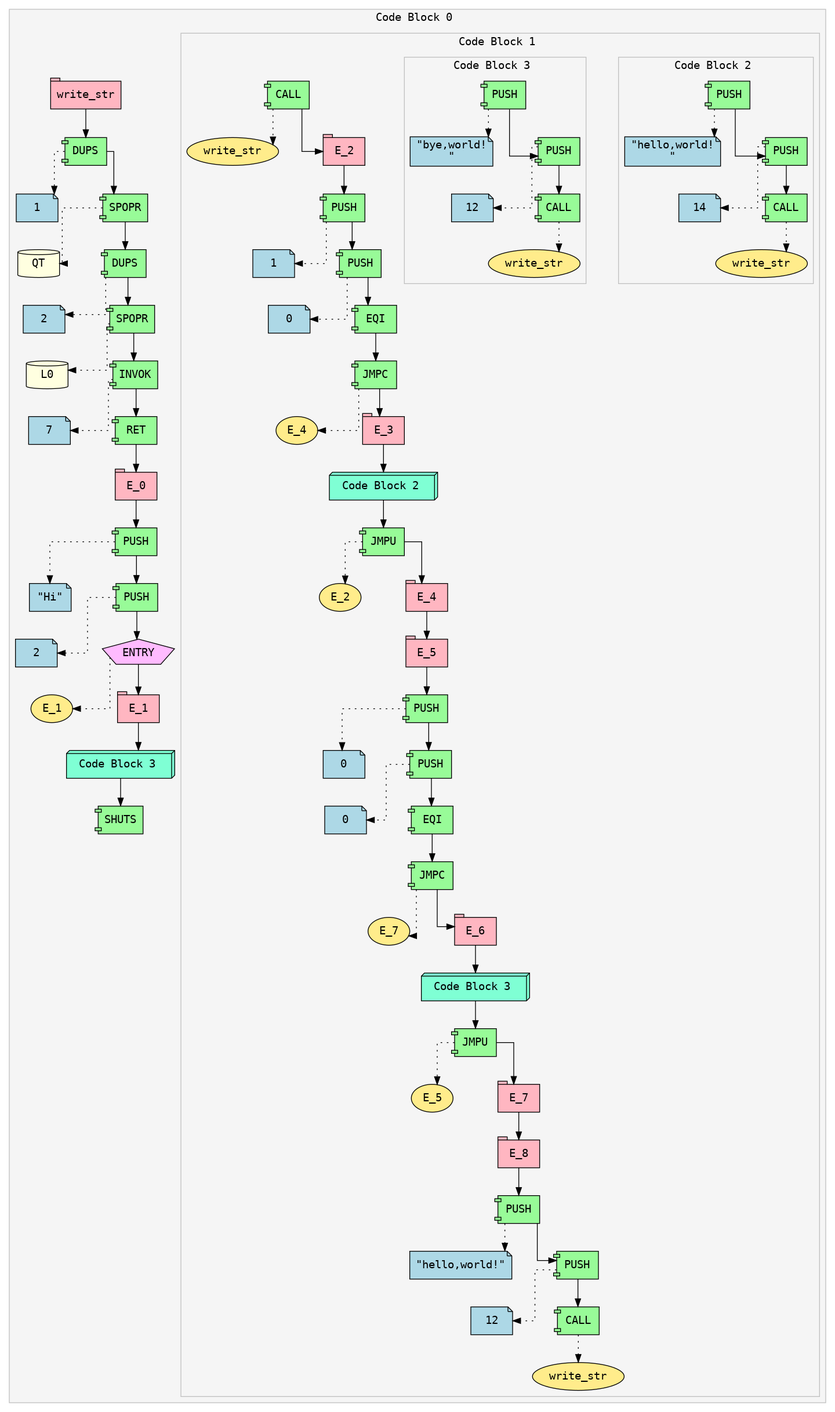
Above: ir.png in Soham-Metha/IICT_Segfault_2025 (Graphviz), before the change. Its source is kept beside it as ir.dot. The source it was exported from:
```dot
digraph ir {
splines=ortho;
nodesep=0.8;
ranksep=0.5;
subgraph cluster_0 {
label="Code Block 0 ";
style=filled;
color=gray;
fillcolor=whitesmoke;
fontname="Courier";
Expr_1 [shape=tab style=filled fillcolor=lightpink fontname="Courier" label="write_str"]
Expr_2 [shape=component style=filled fillcolor=palegreen fontname="Courier" label="DUPS"]
Expr_3 [shape=note style=filled fillcolor=lightblue fontname="Courier" label="1"]
Expr_2 -> Expr_3 [style=dotted]
Expr_1 -> Expr_2;
Expr_4 [shape=component style=filled fillcolor=palegreen fontname="Courier" label="SPOPR"]
Expr_5 [shape=cylinder style=filled fillcolor=lightyellow fontname="Courier" label="QT"]
Expr_4 -> Expr_5 [style=dotted]
Expr_2 -> Expr_4;
Expr_6 [shape=component style=filled fillcolor=palegreen fontname="Courier" label="DUPS"]
Expr_7 [shape=note style=filled fillcolor=lightblue fontname="Courier" label="2"]
Expr_6 -> Expr_7 [style=dotted]
Expr_4 -> Expr_6;
Expr_8 [shape=component style=filled fillcolor=palegreen fontname="Courier" label="SPOPR"]
Expr_9 [shape=cylinder style=filled fillcolor=lightyellow fontname="Courier" label="L0"]
Expr_8 -> Expr_9 [style=dotted]
Expr_6 -> Expr_8;
Expr_10 [shape=component style=filled fillcolor=palegreen fontname="Courier" label="INVOK"]
Expr_11 [shape=note style=filled fillcolor=lightblue fontname="Courier" label="7"]
Expr_10 -> Expr_11 [style=dotted]
Expr_8 -> Expr_10;
Expr_12 [shape=component style=filled fillcolor=palegreen fontname="Courier" label="RET"]
Expr_10 -> Expr_12;
Expr_13 [shape=tab style=filled fillcolor=lightpink fontname="Courier" label="E_0"]
Expr_12 -> Expr_13;
Expr_14 [shape=component style=filled fillcolor=palegreen fontname="Courier" label="PUSH"]
Expr_15 [shape=note style=filled fillcolor=lightblue fontname="Courier" label="\"Hi\""]
Expr_14 -> Expr_15 [style=dotted]
Expr_13 -> Expr_14;
Expr_16 [shape=component style=filled fillcolor=palegreen fontname="Courier" label="PUSH"]
Expr_17 [shape=note style=filled fillcolor=lightblue fontname="Courier" label="2"]
Expr_16 -> Expr_17 [style=dotted]
Expr_14 -> Expr_16;
Expr_18 [shape=pentagon style=filled fillcolor=plum1 fontname="Courier" label="ENTRY"]
Expr_19 [shape=ellipse style=filled fillcolor=lightgoldenrod1 fontname="Courier" label="E_1"]
Expr_18 -> Expr_19 [style=dotted]
Expr_16 -> Expr_18;
Expr_20 [shape=tab style=filled fillcolor=lightpink fontname="Courier" label="E_1"]
Expr_18 -> Expr_20;
subgraph cluster_21 {
label="Code Block 1 ";
style=filled;
color=gray;
fillcolor=whitesmoke;
fontname="Courier";
Expr_22 [shape=component style=filled fillcolor=palegreen fontname="Courier" label="CALL"]
Expr_23 [shape=ellipse style=filled fillcolor=lightgoldenrod1 fontname="Courier" label="write_str"]
Expr_22 -> Expr_23 [style=dotted]
Expr_24 [shape=tab style=filled fillcolor=lightpink fontname="Courier" label="E_2"]
Expr_22 -> Expr_24;
Expr_25 [shape=component style=filled fillcolor=palegreen fontname="Courier" label="PUSH"]
Expr_26 [shape=note style=filled fillcolor=lightblue fontname="Courier" label="1"]
Expr_25 -> Expr_26 [style=dotted]
Expr_24 -> Expr_25;
Expr_27 [shape=component style=filled fillcolor=palegreen fontname="Courier" label="PUSH"]
Expr_28 [shape=note style=filled fillcolor=lightblue fontname="Courier" label="0"]
Expr_27 -> Expr_28 [style=dotted]
Expr_25 -> Expr_27;
Expr_29 [shape=component style=filled fillcolor=palegreen fontname="Courier" label="EQI"]
Expr_27 -> Expr_29;
Expr_30 [shape=component style=filled fillcolor=palegreen fontname="Courier" label="JMPC"]
Expr_31 [shape=ellipse style=filled fillcolor=lightgoldenrod1 fontname="Courier" label="E_4"]
Expr_30 -> Expr_31 [style=dotted]
Expr_29 -> Expr_30;
Expr_32 [shape=tab style=filled fillcolor=lightpink fontname="Courier" label="E_3"]
Expr_30 -> Expr_32;
subgraph cluster_33 {
label="Code Block 2 ";
style=filled;
color=gray;
fillcolor=whitesmoke;
fontname="Courier";
Expr_34 [shape=component style=filled fillcolor=palegreen fontname="Courier" label="PUSH"]
Expr_35 [shape=note style=filled fillcolor=lightblue fontname="Courier" label="\"hello,world!\n\""]
Expr_34 -> Expr_35 [style=dotted]
Expr_36 [shape=component style=filled fillcolor=palegreen fontname="Courier" label="PUSH"]
Expr_37 [shape=note style=filled fillcolor=lightblue fontname="Courier" label="14"]
Expr_36 -> Expr_37 [style=dotted]
Expr_34 -> Expr_36;
Expr_38 [shape=component style=filled fillcolor=palegreen fontname="Courier" label="CALL"]
Expr_39 [shape=ellipse style=filled fillcolor=lightgoldenrod1 fontname="Courier" label="write_str"]
Expr_38 -> Expr_39 [style=dotted]
Expr_36 -> Expr_38;
}
Expr_33 [shape=box3d style=filled fillcolor=aquamarine fontname="Courier" label=" Code Block 2  "]
Expr_32 -> Expr_33;
Expr_40 [shape=component style=filled fillcolor=palegreen fontname="Courier" label="JMPU"]
Expr_41 [shape=ellipse style=filled fillcolor=lightgoldenrod1 fontname="Courier" label="E_2"]
Expr_40 -> Expr_41 [style=dotted]
Expr_33 -> Expr_40;
Expr_42 [shape=tab style=filled fillcolor=lightpink fontname="Courier" label="E_4"]
Expr_40 -> Expr_42;
Expr_43 [shape=tab style=filled fillcolor=lightpink fontname="Courier" label="E_5"]
Expr_42 -> Expr_43;
Expr_44 [shape=component style=filled fillcolor=palegreen fontname="Courier" label="PUSH"]
Expr_45 [shape=note style=filled fillcolor=lightblue fontname="Courier" label="0"]
Expr_44 -> Expr_45 [style=dotted]
Expr_43 -> Expr_44;
Expr_46 [shape=component style=filled fillcolor=palegreen fontname="Courier" label="PUSH"]
Expr_47 [shape=note style=filled fillcolor=lightblue fontname="Courier" label="0"]
Expr_46 -> Expr_47 [style=dotted]
Expr_44 -> Expr_46;
Expr_48 [shape=component style=filled fillcolor=palegreen fontname="Courier" label="EQI"]
Expr_46 -> Expr_48;
Expr_49 [shape=component style=filled fillcolor=palegreen fontname="Courier" label="JMPC"]
Expr_50 [shape=ellipse style=filled fillcolor=lightgoldenrod1 fontname="Courier" label="E_7"]
Expr_49 -> Expr_50 [style=dotted]
Expr_48 -> Expr_49;
Expr_51 [shape=tab style=filled fillcolor=lightpink fontname="Courier" label="E_6"]
Expr_49 -> Expr_51;
subgraph cluster_52 {
label="Code Block 3 ";
style=filled;
color=gray;
fillcolor=whitesmoke;
fontname="Courier";
Expr_53 [shape=component style=filled fillcolor=palegreen fontname="Courier" label="PUSH"]
Expr_54 [shape=note style=filled fillcolor=lightblue fontname="Courier" label="\"bye,world!\n\""]
Expr_53 -> Expr_54 [style=dotted]
Expr_55 [shape=component style=filled fillcolor=palegreen fontname="Courier" label="PUSH"]
Expr_56 [shape=note style=filled fillcolor=lightblue fontname="Courier" label="12"]
Expr_55 -> Expr_56 [style=dotted]
Expr_53 -> Expr_55;
Expr_57 [shape=component style=filled fillcolor=palegreen fontname="Courier" label="CALL"]
Expr_58 [shape=ellipse style=filled fillcolor=lightgoldenrod1 fontname="Courier" label="write_str"]
Expr_57 -> Expr_58 [style=dotted]
Expr_55 -> Expr_57;
}
Expr_52 [shape=box3d style=filled fillcolor=aquamarine fontname="Courier" label=" Code Block 3  "]
Expr_51 -> Expr_52;
Expr_59 [shape=component style=filled fillcolor=palegreen fontname="Courier" label="JMPU"]
Expr_60 [shape=ellipse style=filled fillcolor=lightgoldenrod1 fontname="Courier" label="E_5"]
Expr_59 -> Expr_60 [style=dotted]
Expr_52 -> Expr_59;
Expr_61 [shape=tab style=filled fillcolor=lightpink fontname="Courier" label="E_7"]
Expr_59 -> Expr_61;
Expr_62 [shape=tab style=filled fillcolor=lightpink fontname="Courier" label="E_8"]
Expr_61 -> Expr_62;
Expr_63 [shape=component style=filled fillcolor=palegreen fontname="Courier" label="PUSH"]
Expr_64 [shape=note style=filled fillcolor=lightblue fontname="Courier" label="\"hello,world!\""]
Expr_63 -> Expr_64 [style=dotted]
Expr_62 -> Expr_63;
Expr_65 [shape=component style=filled fillcolor=palegreen fontname="Courier" label="PUSH"]
Expr_66 [shape=note style=filled fillcolor=lightblue fontname="Courier" label="12"]
Expr_65 -> Expr_66 [style=dotted]
Expr_63 -> Expr_65;
Expr_67 [shape=component style=filled fillcolor=palegreen fontname="Courier" label="CALL"]
Expr_68 [shape=ellipse style=filled fillcolor=lightgoldenrod1 fontname="Courier" label="write_str"]
Expr_67 -> Expr_68 [style=dotted]
Expr_65 -> Expr_67;
}
Expr_21 [shape=box3d style=filled fillcolor=aquamarine fontname="Courier" label=" Code Block 3  "]
Expr_20 -> Expr_21;
Expr_69 [shape=component style=filled fillcolor=palegreen fontname="Courier" label="SHUTS"]
Expr_21 -> Expr_69;
}
}
```
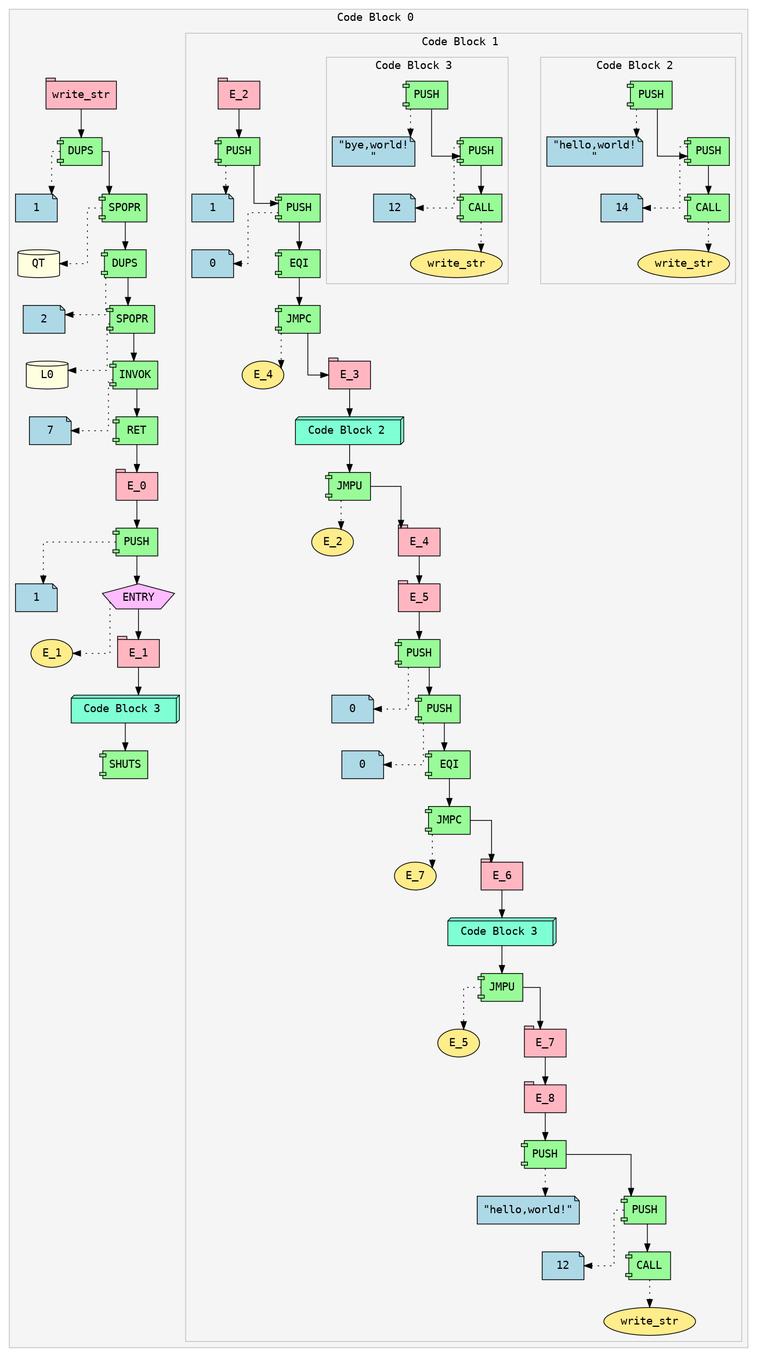
After the change.

Diff of the diagram source:
```diff
@@ -34,134 +34,126 @@
 Expr_13 [shape=tab style=filled fillcolor=lightpink fontname="Courier" label="E_0"]
 Expr_12 -> Expr_13;
 Expr_14 [shape=component style=filled fillcolor=palegreen fontname="Courier" label="PUSH"]
-Expr_15 [shape=note style=filled fillcolor=lightblue fontname="Courier" label="\"Hi\""]
+Expr_15 [shape=note style=filled fillcolor=lightblue fontname="Courier" label="1"]
 Expr_14 -> Expr_15 [style=dotted]
 Expr_13 -> Expr_14;
-Expr_16 [shape=component style=filled fillcolor=palegreen fontname="Courier" label="PUSH"]
-Expr_17 [shape=note style=filled fillcolor=lightblue fontname="Courier" label="2"]
+Expr_16 [shape=pentagon style=filled fillcolor=plum1 fontname="Courier" label="ENTRY"]
+Expr_17 [shape=ellipse style=filled fillcolor=lightgoldenrod1 fontname="Courier" label="E_1"]
 Expr_16 -> Expr_17 [style=dotted]
 Expr_14 -> Expr_16;
-Expr_18 [shape=pentagon style=filled fillcolor=plum1 fontname="Courier" label="ENTRY"]
-Expr_19 [shape=ellipse style=filled fillcolor=lightgoldenrod1 fontname="Courier" label="E_1"]
-Expr_18 -> Expr_19 [style=dotted]
+Expr_18 [shape=tab style=filled fillcolor=lightpink fontname="Courier" label="E_1"]
 Expr_16 -> Expr_18;
-Expr_20 [shape=tab style=filled fillcolor=lightpink fontname="Courier" label="E_1"]
-Expr_18 -> Expr_20;
-subgraph cluster_21 {
+subgraph cluster_19 {
 label="Code Block 1 ";
 style=filled;
 color=gray;
 fillcolor=whitesmoke;
 fontname="Courier";
-Expr_22 [shape=component style=filled fillcolor=palegreen fontname="Courier" label="CALL"]
-Expr_23 [shape=ellipse style=filled fillcolor=lightgoldenrod1 fontname="Courier" label="write_str"]
-Expr_22 -> Expr_23 [style=dotted]
-Expr_24 [shape=tab style=filled fillcolor=lightpink fontname="Courier" label="E_2"]
-Expr_22 -> Expr_24;
-Expr_25 [shape=component style=filled fillcolor=palegreen fontname="Courier" label="PUSH"]
-Expr_26 [shape=note style=filled fillcolor=lightblue fontname="Courier" label="1"]
-Expr_25 -> Expr_26 [style=dotted]
-Expr_24 -> Expr_25;
-Expr_27 [shape=component style=filled fillcolor=palegreen fontname="Courier" label="PUSH"]
-Expr_28 [shape=note style=filled fillcolor=lightblue fontname="Courier" label="0"]
-Expr_27 -> Expr_28 [style=dotted]
-Expr_25 -> Expr_27;
-Expr_29 [shape=component style=filled fillcolor=palegreen fontname="Courier" label="EQI"]
-Expr_27 -> Expr_29;
-Expr_30 [shape=component style=filled fillcolor=palegreen fontname="Courier" label="JMPC"]
-Expr_31 [shape=ellipse style=filled fillcolor=lightgoldenrod1 fontname="Courier" label="E_4"]
-Expr_30 -> Expr_31 [style=dotted]
-Expr_29 -> Expr_30;
-Expr_32 [shape=tab style=filled fillcolor=lightpink fontname="Courier" label="E_3"]
-Expr_30 -> Expr_32;
-subgraph cluster_33 {
+Expr_20 [shape=tab style=filled fillcolor=lightpink fontname="Courier" label="E_2"]
+Expr_21 [shape=component style=filled fillcolor=palegreen fontname="Courier" label="PUSH"]
+Expr_22 [shape=note style=filled fillcolor=lightblue fontname="Courier" label="1"]
+Expr_21 -> Expr_22 [style=dotted]
+Expr_20 -> Expr_21;
+Expr_23 [shape=component style=filled fillcolor=palegreen fontname="Courier" label="PUSH"]
+Expr_24 [shape=note style=filled fillcolor=lightblue fontname="Courier" label="0"]
+Expr_23 -> Expr_24 [style=dotted]
+Expr_21 -> Expr_23;
+Expr_25 [shape=component style=filled fillcolor=palegreen fontname="Courier" label="EQI"]
+Expr_23 -> Expr_25;
+Expr_26 [shape=component style=filled fillcolor=palegreen fontname="Courier" label="JMPC"]
+Expr_27 [shape=ellipse style=filled fillcolor=lightgoldenrod1 fontname="Courier" label="E_4"]
+Expr_26 -> Expr_27 [style=dotted]
+Expr_25 -> Expr_26;
+Expr_28 [shape=tab style=filled fillcolor=lightpink fontname="Courier" label="E_3"]
+Expr_26 -> Expr_28;
+subgraph cluster_29 {
 label="Code Block 2 ";
 style=filled;
 color=gray;
 fillcolor=whitesmoke;
 fontname="Courier";
-Expr_34 [shape=component style=filled fillcolor=palegreen fontname="Courier" label="PUSH"]
-Expr_35 [shape=note style=filled fillcolor=lightblue fontname="Courier" label="\"hello,world!\n\""]
+Expr_30 [shape=component style=filled fillcolor=palegreen fontname="Courier" label="PUSH"]
+Expr_31 [shape=note style=filled fillcolor=lightblue fontname="Courier" label="\"hello,world!\n\""]
+Expr_30 -> Expr_31 [style=dotted]
+Expr_32 [shape=component style=filled fillcolor=palegreen fontname="Courier" label="PUSH"]
+Expr_33 [shape=note style=filled fillcolor=lightblue fontname="Courier" label="14"]
+Expr_32 -> Expr_33 [style=dotted]
+Expr_30 -> Expr_32;
+Expr_34 [shape=component style=filled fillcolor=palegreen fontname="Courier" label="CALL"]
+Expr_35 [shape=ellipse style=filled fillcolor=lightgoldenrod1 fontname="Courier" label="write_str"]
 Expr_34 -> Expr_35 [style=dotted]
-Expr_36 [shape=component style=filled fillcolor=palegreen fontname="Courier" label="PUSH"]
-Expr_37 [shape=note style=filled fillcolor=lightblue fontname="Courier" label="14"]
+Expr_32 -> Expr_34;
+}
+Expr_29 [shape=box3d style=filled fillcolor=aquamarine fontname="Courier" label=" Code Block 2  "]
+Expr_28 -> Expr_29;
+Expr_36 [shape=component style=filled fillcolor=palegreen fontname="Courier" label="JMPU"]
+Expr_37 [shape=ellipse style=filled fillcolor=lightgoldenrod1 fontname="Courier" label="E_2"]
 Expr_36 -> Expr_37 [style=dotted]
-Expr_34 -> Expr_36;
-Expr_38 [shape=component style=filled fillcolor=palegreen fontname="Courier" label="CALL"]
-Expr_39 [shape=ellipse style=filled fillcolor=lightgoldenrod1 fontname="Courier" label="write_str"]
-Expr_38 -> Expr_39 [style=dotted]
+Expr_29 -> Expr_36;
+Expr_38 [shape=tab style=filled fillcolor=lightpink fontname="Courier" label="E_4"]
 Expr_36 -> Expr_38;
-}
-Expr_33 [shape=box3d style=filled fillcolor=aquamarine fontname="Courier" label=" Code Block 2  "]
-Expr_32 -> Expr_33;
-Expr_40 [shape=component style=filled fillcolor=palegreen fontname="Courier" label="JMPU"]
-Expr_41 [shape=ellipse style=filled fillcolor=lightgoldenrod1 fontname="Courier" label="E_2"]
+Expr_39 [shape=tab style=filled fillcolor=lightpink fontname="Courier" label="E_5"]
+Expr_38 -> Expr_39;
+Expr_40 [shape=component style=filled fillcolor=palegreen fontname="Courier" label="PUSH"]
+Expr_41 [shape=note style=filled fillcolor=lightblue fontname="Courier" label="0"]
 Expr_40 -> Expr_41 [style=dotted]
-Expr_33 -> Expr_40;
-Expr_42 [shape=tab style=filled fillcolor=lightpink fontname="Courier" label="E_4"]
+Expr_39 -> Expr_40;
+Expr_42 [shape=component style=filled fillcolor=palegreen fontname="Courier" label="PUSH"]
+Expr_43 [shape=note style=filled fillcolor=lightblue fontname="Courier" label="0"]
+Expr_42 -> Expr_43 [style=dotted]
 Expr_40 -> Expr_42;
-Expr_43 [shape=tab style=filled fillcolor=lightpink fontname="Courier" label="E_5"]
-Expr_42 -> Expr_43;
-Expr_44 [shape=component style=filled fillcolor=palegreen fontname="Courier" label="PUSH"]
-Expr_45 [shape=note style=filled fillcolor=lightblue fontname="Courier" label="0"]
-Expr_44 -> Expr_45 [style=dotted]
-Expr_43 -> Expr_44;
-Expr_46 [shape=component style=filled fillcolor=palegreen fontname="Courier" label="PUSH"]
-Expr_47 [shape=note style=filled fillcolor=lightblue fontname="Courier" label="0"]
-Expr_46 -> Expr_47 [style=dotted]
-Expr_44 -> Expr_46;
-Expr_48 [shape=component style=filled fillcolor=palegreen fontname="Courier" label="EQI"]
-Expr_46 -> Expr_48;
-Expr_49 [shape=component style=filled fillcolor=palegreen fontname="Courier" label="JMPC"]
-Expr_50 [shape=ellipse style=filled fillcolor=lightgoldenrod1 fontname="Courier" label="E_7"]
-Expr_49 -> Expr_50 [style=dotted]
-Expr_48 -> Expr_49;
-Expr_51 [shape=tab style=filled fillcolor=lightpink fontname="Courier" label="E_6"]
-Expr_49 -> Expr_51;
-subgraph cluster_52 {
+Expr_44 [shape=component style=filled fillcolor=palegreen fontname="Courier" label="EQI"]
+Expr_42 -> Expr_44;
+Expr_45 [shape=component style=filled fillcolor=palegreen fontname="Courier" label="JMPC"]
+Expr_46 [shape=ellipse style=filled fillcolor=lightgoldenrod1 fontname="Courier" label="E_7"]
+Expr_45 -> Expr_46 [style=dotted]
+Expr_44 -> Expr_45;
+Expr_47 [shape=tab style=filled fillcolor=lightpink fontname="Courier" label="E_6"]
+Expr_45 -> Expr_47;
+subgraph cluster_48 {
 label="Code Block 3 ";
 style=filled;
 color=gray;
 fillcolor=whitesmoke;
 fontname="Courier";
-Expr_53 [shape=component style=filled fillcolor=palegreen fontname="Courier" label="PUSH"]
-Expr_54 [shape=note style=filled fillcolor=lightblue fontname="Courier" label="\"bye,world!\n\""]
+Expr_49 [shape=component style=filled fillcolor=palegreen fontname="Courier" label="PUSH"]
+Expr_50 [shape=note style=filled fillcolor=lightblue fontname="Courier" label="\"bye,world!\n\""]
+Expr_49 -> Expr_50 [style=dotted]
+Expr_51 [shape=component style=filled fillcolor=palegreen fontname="Courier" label="PUSH"]
+Expr_52 [shape=note style=filled fillcolor=lightblue fontname="Courier" label="12"]
+Expr_51 -> Expr_52 [style=dotted]
+Expr_49 -> Expr_51;
+Expr_53 [shape=component style=filled fillcolor=palegreen fontname="Courier" label="CALL"]
+Expr_54 [shape=ellipse style=filled fillcolor=lightgoldenrod1 fontname="Courier" label="write_str"]
 Expr_53 -> Expr_54 [style=dotted]
-Expr_55 [shape=component style=filled fillcolor=palegreen fontname="Courier" label="PUSH"]
-Expr_56 [shape=note style=filled fillcolor=lightblue fontname="Courier" label="12"]
+Expr_51 -> Expr_53;
+}
+Expr_48 [shape=box3d style=filled fillcolor=aquamarine fontname="Courier" label=" Code Block 3  "]
+Expr_47 -> Expr_48;
+Expr_55 [shape=component style=filled fillcolor=palegreen fontname="Courier" label="JMPU"]
+Expr_56 [shape=ellipse style=filled fillcolor=lightgoldenrod1 fontname="Courier" label="E_5"]
 Expr_55 -> Expr_56 [style=dotted]
-Expr_53 -> Expr_55;
-Expr_57 [shape=component style=filled fillcolor=palegreen fontname="Courier" label="CALL"]
-Expr_58 [shape=ellipse style=filled fillcolor=lightgoldenrod1 fontname="Courier" label="write_str"]
-Expr_57 -> Expr_58 [style=dotted]
+Expr_48 -> Expr_55;
+Expr_57 [shape=tab style=filled fillcolor=lightpink fontname="Courier" label="E_7"]
 Expr_55 -> Expr_57;
+Expr_58 [shape=tab style=filled fillcolor=lightpink fontname="Courier" label="E_8"]
+Expr_57 -> Expr_58;
+Expr_59 [shape=component style=filled fillcolor=palegreen fontname="Courier" label="PUSH"]
+Expr_60 [shape=note style=filled fillcolor=lightblue fontname="Courier" label="\"hello,world!\""]
+Expr_59 -> Expr_60 [style=dotted]
+Expr_58 -> Expr_59;
+Expr_61 [shape=component style=filled fillcolor=palegreen fontname="Courier" label="PUSH"]
+Expr_62 [shape=note style=filled fillcolor=lightblue fontname="Courier" label="12"]
+Expr_61 -> Expr_62 [style=dotted]
+Expr_59 -> Expr_61;
+Expr_63 [shape=component style=filled fillcolor=palegreen fontname="Courier" label="CALL"]
+Expr_64 [shape=ellipse style=filled fillcolor=lightgoldenrod1 fontname="Courier" label="write_str"]
+Expr_63 -> Expr_64 [style=dotted]
+Expr_61 -> Expr_63;
 }
-Expr_52 [shape=box3d style=filled fillcolor=aquamarine fontname="Courier" label=" Code Block 3  "]
-Expr_51 -> Expr_52;
-Expr_59 [shape=component style=filled fillcolor=palegreen fontname="Courier" label="JMPU"]
-Expr_60 [shape=ellipse style=filled fillcolor=lightgoldenrod1 fontname="Courier" label="E_5"]
-Expr_59 -> Expr_60 [style=dotted]
-Expr_52 -> Expr_59;
-Expr_61 [shape=tab style=filled fillcolor=lightpink fontname="Courier" label="E_7"]
-Expr_59 -> Expr_61;
-Expr_62 [shape=tab style=filled fillcolor=lightpink fontname="Courier" label="E_8"]
-Expr_61 -> Expr_62;
-Expr_63 [shape=component style=filled fillcolor=palegreen fontname="Courier" label="PUSH"]
-Expr_64 [shape=note style=filled fillcolor=lightblue fontname="Courier" label="\"hello,world!\""]
-Expr_63 -> Expr_64 [style=dotted]
-Expr_62 -> Expr_63;
-Expr_65 [shape=component style=filled fillcolor=palegreen fontname="Courier" label="PUSH"]
-Expr_66 [shape=note style=filled fillcolor=lightblue fontname="Courier" label="12"]
-Expr_65 -> Expr_66 [style=dotted]
-Expr_63 -> Expr_65;
-Expr_67 [shape=component style=filled fillcolor=palegreen fontname="Courier" label="CALL"]
-Expr_68 [shape=ellipse style=filled fillcolor=lightgoldenrod1 fontname="Courier" label="write_str"]
-Expr_67 -> Expr_68 [style=dotted]
-Expr_65 -> Expr_67;
-}
-Expr_21 [shape=box3d style=filled fillcolor=aquamarine fontname="Courier" label=" Code Block 3  "]
-Expr_20 -> Expr_21;
-Expr_69 [shape=component style=filled fillcolor=palegreen fontname="Courier" label="SHUTS"]
-Expr_21 -> Expr_69;
+Expr_19 [shape=box3d style=filled fillcolor=aquamarine fontname="Courier" label=" Code Block 3  "]
+Expr_18 -> Expr_19;
+Expr_65 [shape=component style=filled fillcolor=palegreen fontname="Courier" label="SHUTS"]
+Expr_19 -> Expr_65;
 }
 }
```
